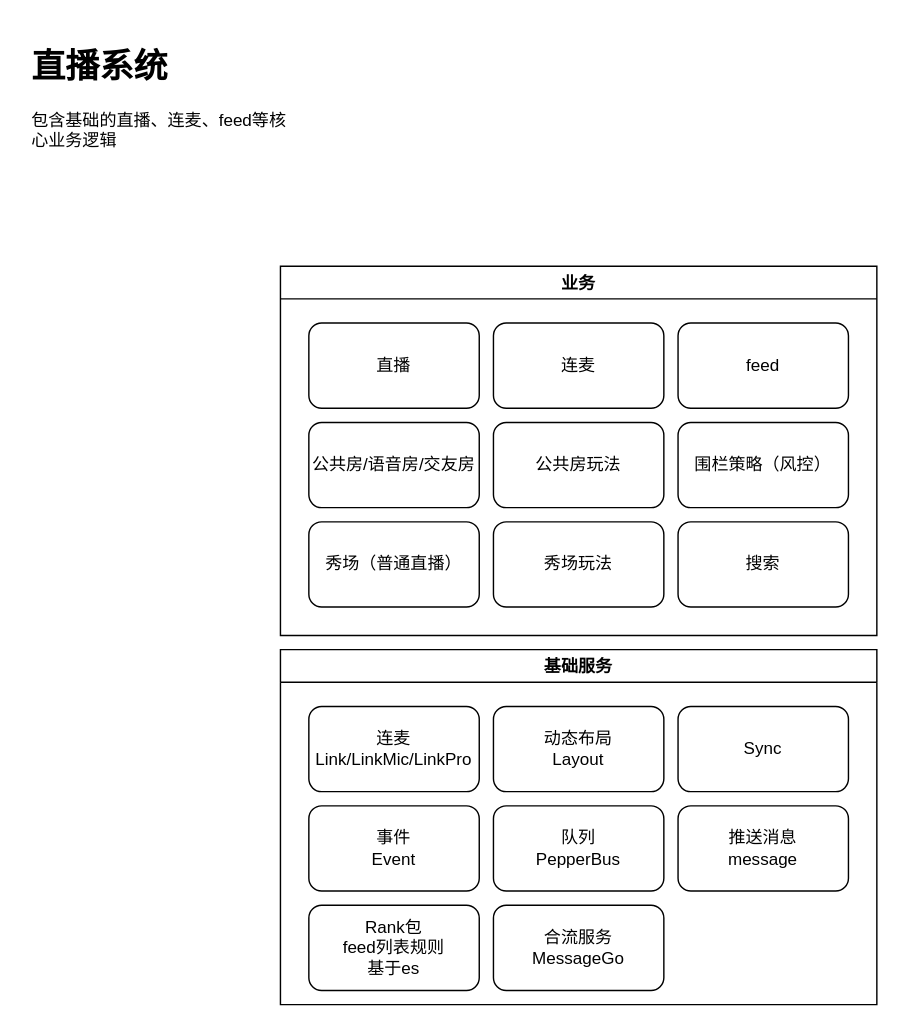
This is page "首页" (1 of 7) of pepper/直播系统-live.drawio from wclssdn/draw.io, a draw.io file, before an edit. Source tidied: cells renumbered, new cells numbered last; positions are measured from the earlier drawing's top-left corner, leaving out a move shared by most shapes. Both pictures are drawn from the tidied source at 142%, with x=0, y=0 at pixel (24, 38).
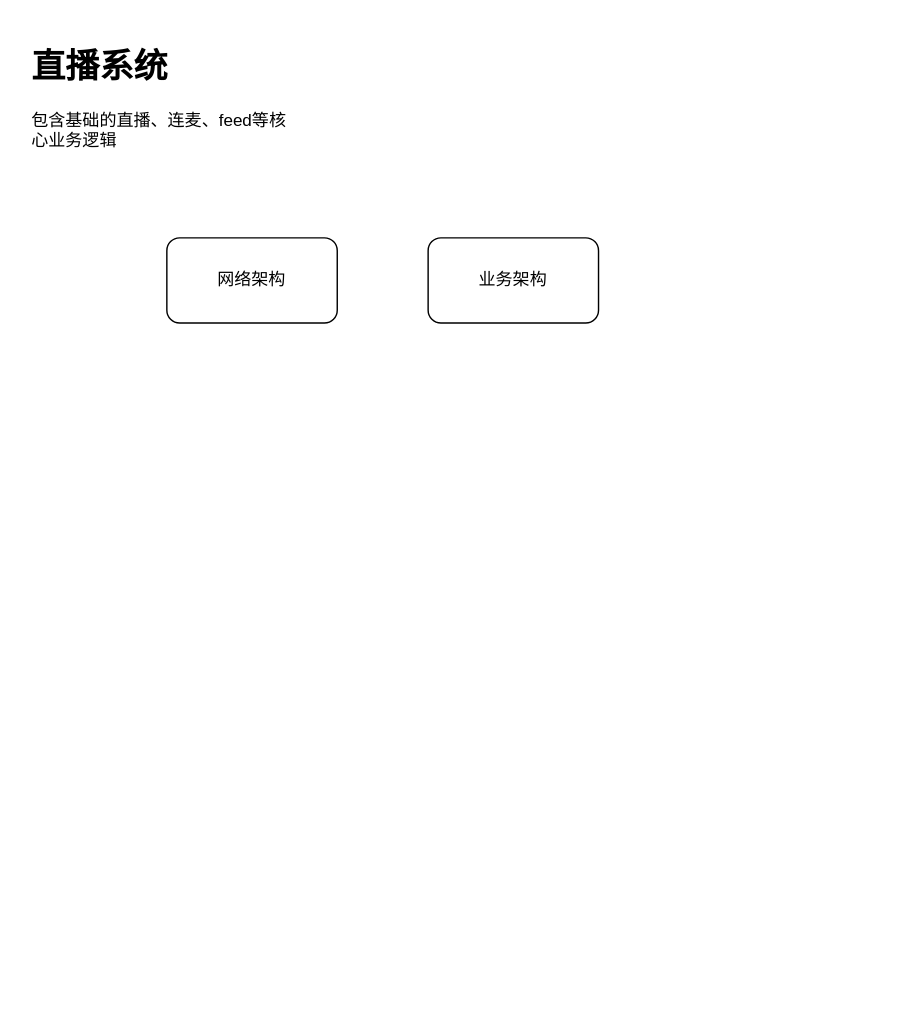
The same page after the edit.

The edit, as a diff of the source:
```diff
@@
-    <mxCell id="3" value="业务" style="swimlane;" parent="1" vertex="1">
-      <mxGeometry x="180" y="160" width="420" height="260" as="geometry" />
-    </mxCell>
-    <mxCell id="4" value="直播" style="rounded=1;whiteSpace=wrap;html=1;" parent="3" vertex="1">
-      <mxGeometry x="20" y="40" width="120" height="60" as="geometry" />
-    </mxCell>
-    <mxCell id="5" value="连麦" style="rounded=1;whiteSpace=wrap;html=1;" parent="3" vertex="1">
-      <mxGeometry x="150" y="40" width="120" height="60" as="geometry" />
-    </mxCell>
-    <mxCell id="6" value="feed" style="rounded=1;whiteSpace=wrap;html=1;" parent="3" vertex="1">
-      <mxGeometry x="280" y="40" width="120" height="60" as="geometry" />
-    </mxCell>
-    <mxCell id="7" value="公共房/语音房/交友房" style="rounded=1;whiteSpace=wrap;html=1;" parent="3" vertex="1">
-      <mxGeometry x="20" y="110" width="120" height="60" as="geometry" />
-    </mxCell>
-    <mxCell id="8" value="公共房玩法" style="rounded=1;whiteSpace=wrap;html=1;" parent="3" vertex="1">
-      <mxGeometry x="150" y="110" width="120" height="60" as="geometry" />
-    </mxCell>
-    <mxCell id="9" value="秀场（普通直播）" style="rounded=1;whiteSpace=wrap;html=1;" parent="3" vertex="1">
-      <mxGeometry x="20" y="180" width="120" height="60" as="geometry" />
-    </mxCell>
-    <mxCell id="10" value="秀场玩法" style="rounded=1;whiteSpace=wrap;html=1;" parent="3" vertex="1">
-      <mxGeometry x="150" y="180" width="120" height="60" as="geometry" />
-    </mxCell>
-    <mxCell id="11" value="围栏策略（风控）" style="rounded=1;whiteSpace=wrap;html=1;" parent="3" vertex="1">
-      <mxGeometry x="280" y="110" width="120" height="60" as="geometry" />
-    </mxCell>
-    <mxCell id="12" value="搜索" style="rounded=1;whiteSpace=wrap;html=1;" parent="3" vertex="1">
-      <mxGeometry x="280" y="180" width="120" height="60" as="geometry" />
-    </mxCell>
-    <mxCell id="13" value="基础服务" style="swimlane;" parent="1" vertex="1">
-      <mxGeometry x="180" y="430" width="420" height="250" as="geometry" />
-    </mxCell>
-    <mxCell id="14" value="连麦&lt;br&gt;Link/LinkMic/LinkPro" style="rounded=1;whiteSpace=wrap;html=1;" parent="13" vertex="1">
-      <mxGeometry x="20" y="40" width="120" height="60" as="geometry" />
-    </mxCell>
-    <mxCell id="15" value="动态布局&lt;br&gt;Layout" style="rounded=1;whiteSpace=wrap;html=1;" parent="13" vertex="1">
-      <mxGeometry x="150" y="40" width="120" height="60" as="geometry" />
-    </mxCell>
-    <mxCell id="16" value="Sync" style="rounded=1;whiteSpace=wrap;html=1;" parent="13" vertex="1">
-      <mxGeometry x="280" y="40" width="120" height="60" as="geometry" />
-    </mxCell>
-    <mxCell id="17" value="事件&lt;br&gt;Event" style="rounded=1;whiteSpace=wrap;html=1;" parent="13" vertex="1">
-      <mxGeometry x="20" y="110" width="120" height="60" as="geometry" />
-    </mxCell>
-    <mxCell id="18" value="队列&lt;br&gt;PepperBus" style="rounded=1;whiteSpace=wrap;html=1;" parent="13" vertex="1">
-      <mxGeometry x="150" y="110" width="120" height="60" as="geometry" />
-    </mxCell>
-    <mxCell id="19" value="推送消息&lt;br&gt;message" style="rounded=1;whiteSpace=wrap;html=1;" parent="13" vertex="1">
-      <mxGeometry x="280" y="110" width="120" height="60" as="geometry" />
-    </mxCell>
-    <mxCell id="20" value="Rank包&lt;br&gt;feed列表规则&lt;br&gt;基于es" style="rounded=1;whiteSpace=wrap;html=1;" parent="13" vertex="1">
-      <mxGeometry x="20" y="180" width="120" height="60" as="geometry" />
-    </mxCell>
-    <mxCell id="21" value="合流服务&lt;br&gt;MessageGo" style="rounded=1;whiteSpace=wrap;html=1;" parent="13" vertex="1">
-      <mxGeometry x="150" y="180" width="120" height="60" as="geometry" />
-    </mxCell>
+    <mxCell id="22" value="网络架构" style="rounded=1;whiteSpace=wrap;html=1;hachureGap=4;" parent="1" vertex="1">
+      <mxGeometry x="100" y="140" width="120" height="60" as="geometry" />
+    </mxCell>
+    <mxCell id="23" value="业务架构" style="rounded=1;whiteSpace=wrap;html=1;hachureGap=4;" parent="1" vertex="1">
+      <mxGeometry x="284" y="140" width="120" height="60" as="geometry" />
+    </mxCell>
```
